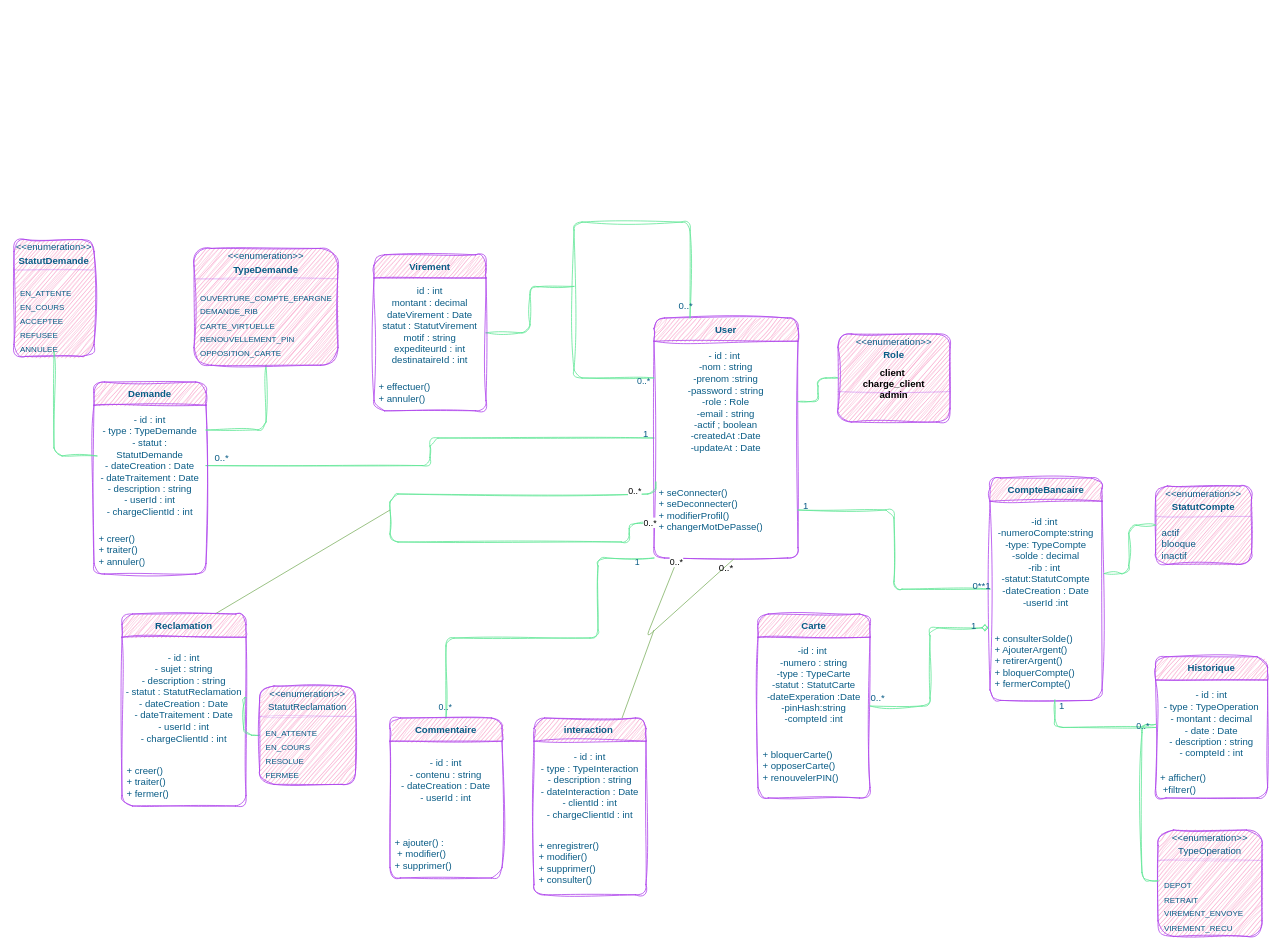
This is class.drawio from khaoula-khaldi/HosBank, a draw.io file, before an edit. Source tidied: cells renumbered, new cells numbered last; positions are measured from the earlier drawing's top-left corner, leaving out a move shared by most shapes. Both pictures are drawn from the tidied source at 80%, with x=0, y=0 at pixel (14, 222).
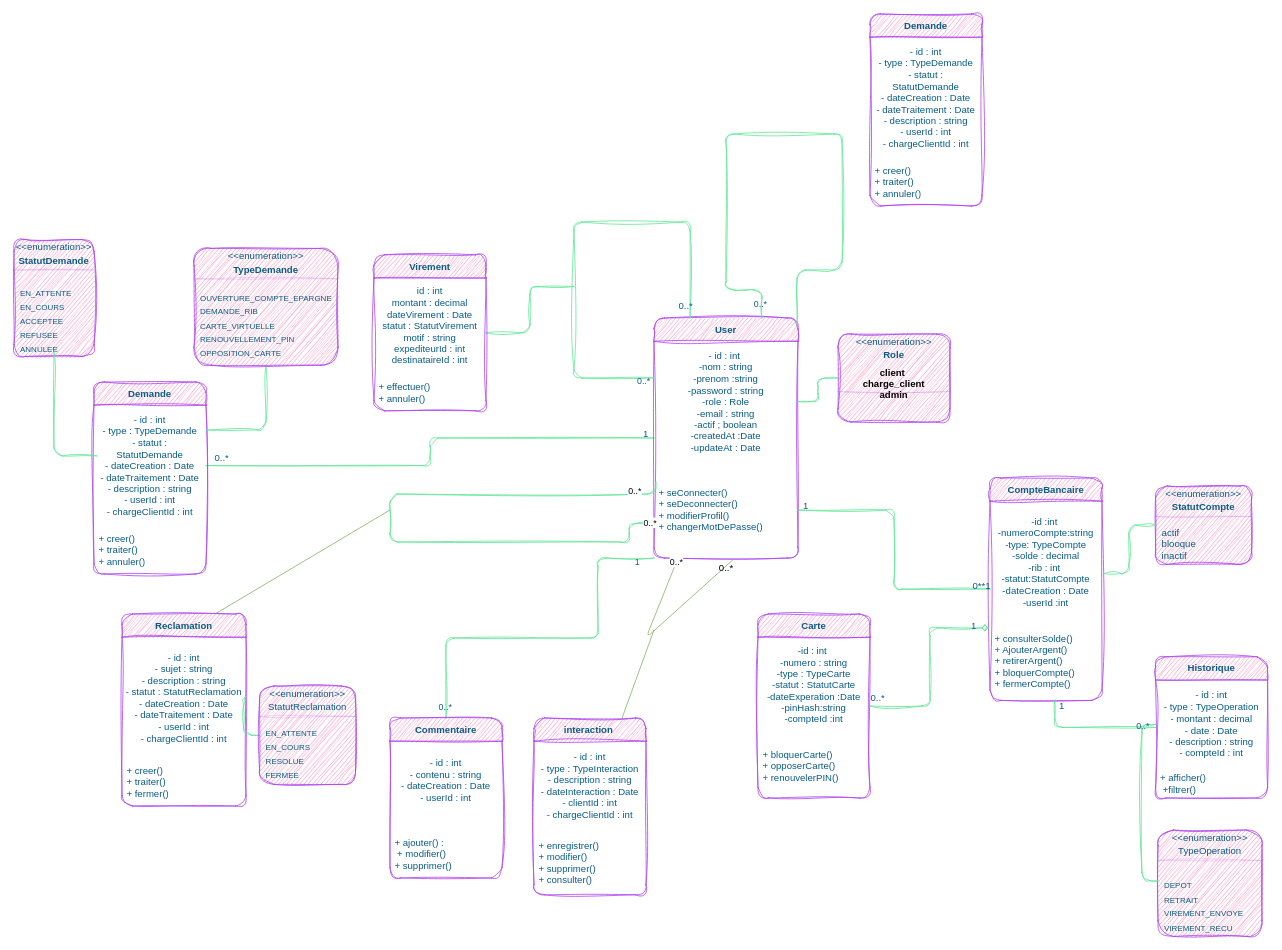
After the change.

Commit message:
modifier diagramme de class

The change refers to these unchanged cells:
```xml
<mxCell id="6" value="User" style="swimlane;fontStyle=1;align=center;verticalAlign=middle;horizontal=1;startSize=29;html=1;whiteSpace=wrap;labelBackgroundColor=none;fillColor=#F694C1;strokeColor=#AF45ED;fontColor=#095C86;rounded=1;sketch=1;curveFitting=1;jiggle=2;" parent="1" vertex="1">
  <mxGeometry x="800" y="120" width="180" height="300" as="geometry" />
</mxCell>
```

Diff of the diagram source:
```diff
@@
+    <mxCell id="95" style="edgeStyle=orthogonalEdgeStyle;rounded=1;orthogonalLoop=1;jettySize=auto;html=1;exitX=0.75;exitY=0;exitDx=0;exitDy=0;endArrow=none;endFill=0;labelBackgroundColor=none;strokeColor=#60E696;fontColor=default;sketch=1;curveFitting=1;jiggle=2;entryX=0.994;entryY=0.032;entryDx=0;entryDy=0;entryPerimeter=0;" parent="1" edge="1" source="6" target="6">
+      <mxGeometry relative="1" as="geometry">
+        <Array as="points">
+          <mxPoint x="935" y="85" />
+          <mxPoint x="890" y="85" />
+          <mxPoint x="890" y="-110" />
+          <mxPoint x="1035" y="-110" />
+          <mxPoint x="1035" y="60" />
+          <mxPoint x="979" y="60" />
+        </Array>
+      </mxGeometry>
+    </mxCell>
+    <mxCell id="96" value="0..*" style="edgeLabel;html=1;align=center;verticalAlign=middle;labelBackgroundColor=none;fontColor=#095C86;rounded=1;sketch=1;curveFitting=1;jiggle=2;" parent="95" vertex="1">
+      <mxGeometry x="-0.95" y="3" relative="1" as="geometry" />
+    </mxCell>
+    <mxCell id="97" value="Demande" style="swimlane;fontStyle=1;align=center;verticalAlign=middle;horizontal=1;startSize=29;html=1;whiteSpace=wrap;labelBackgroundColor=none;fillColor=#F694C1;strokeColor=#AF45ED;fontColor=#095C86;rounded=1;sketch=1;curveFitting=1;jiggle=2;" parent="1" vertex="1">
+      <mxGeometry x="1070" y="-260" width="140" height="240" as="geometry" />
+    </mxCell>
+    <mxCell id="98" value="- id : int&lt;br/&gt;- type : TypeDemande&lt;br/&gt;- statut : StatutDemande&lt;br/&gt;- dateCreation : Date&lt;br/&gt;- dateTraitement : Date&lt;br/&gt;- description : string&lt;br/&gt;- userId : int&lt;br/&gt;- chargeClientId : int" style="text;html=1;strokeColor=none;fillColor=none;align=center;verticalAlign=middle;spacingLeft=4;spacingRight=4;overflow=hidden;whiteSpace=wrap;labelBackgroundColor=none;fontColor=#095C86;rounded=1;sketch=1;curveFitting=1;jiggle=2;" parent="97" vertex="1">
+      <mxGeometry y="29" width="140" height="151" as="geometry" />
+    </mxCell>
+    <mxCell id="99" value="+ creer()&amp;nbsp;&lt;div&gt;+ traiter()&amp;nbsp;&lt;div&gt;+ annuler() &lt;/div&gt;&lt;/div&gt;" style="text;html=1;strokeColor=none;fillColor=none;align=left;verticalAlign=middle;spacingLeft=4;spacingRight=4;overflow=hidden;whiteSpace=wrap;labelBackgroundColor=none;fontColor=#095C86;rounded=1;sketch=1;curveFitting=1;jiggle=2;" parent="97" vertex="1">
+      <mxGeometry y="180" width="140" height="60" as="geometry" />
+    </mxCell>
```
